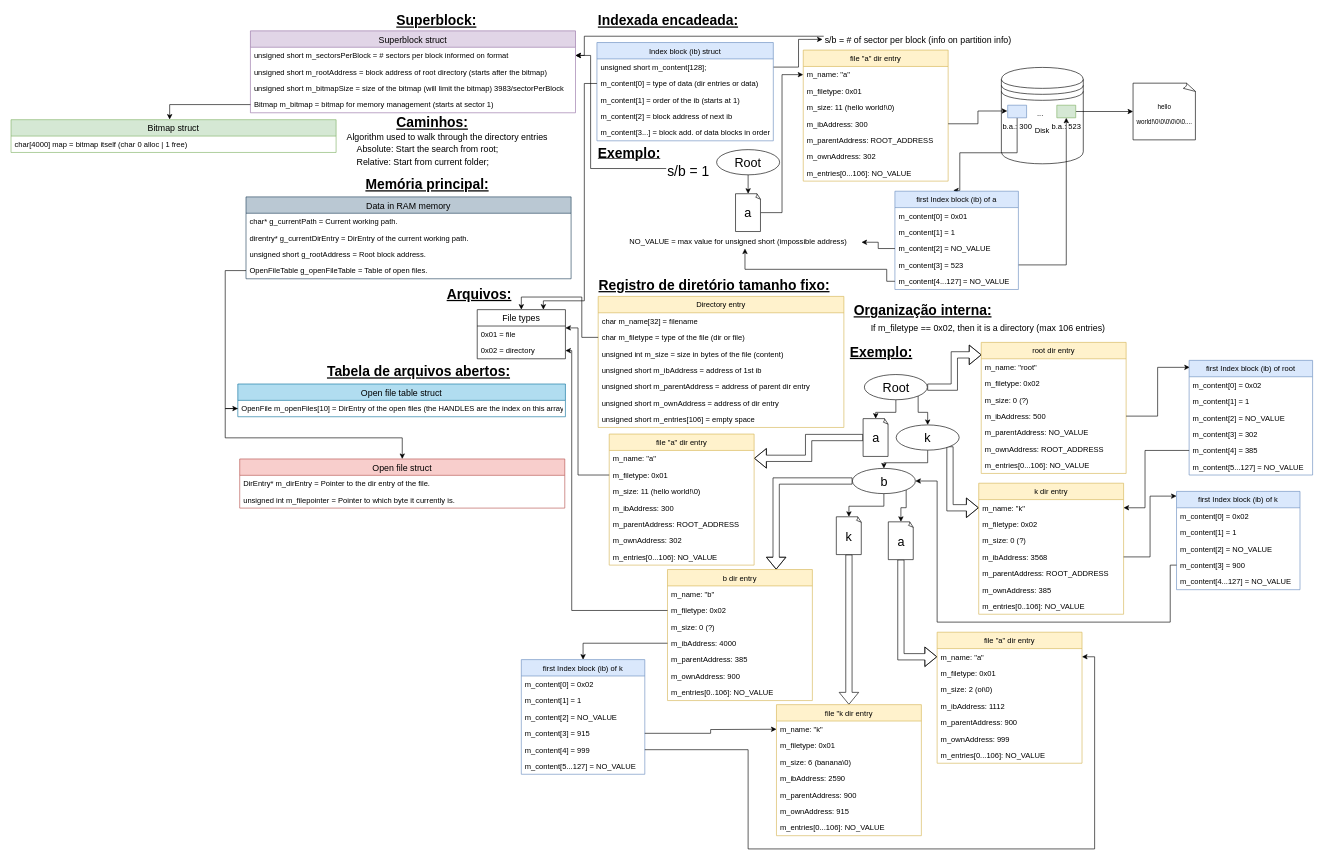
This is diagrama.drawio from azhow/SISOPI-T2FS, a draw.io file, before an edit. Source tidied: cells renumbered, new cells numbered last; positions are measured from the earlier drawing's top-left corner, leaving out a move shared by most shapes. Both pictures are drawn from the tidied source at 63%, with x=0, y=0 at pixel (11, 11).
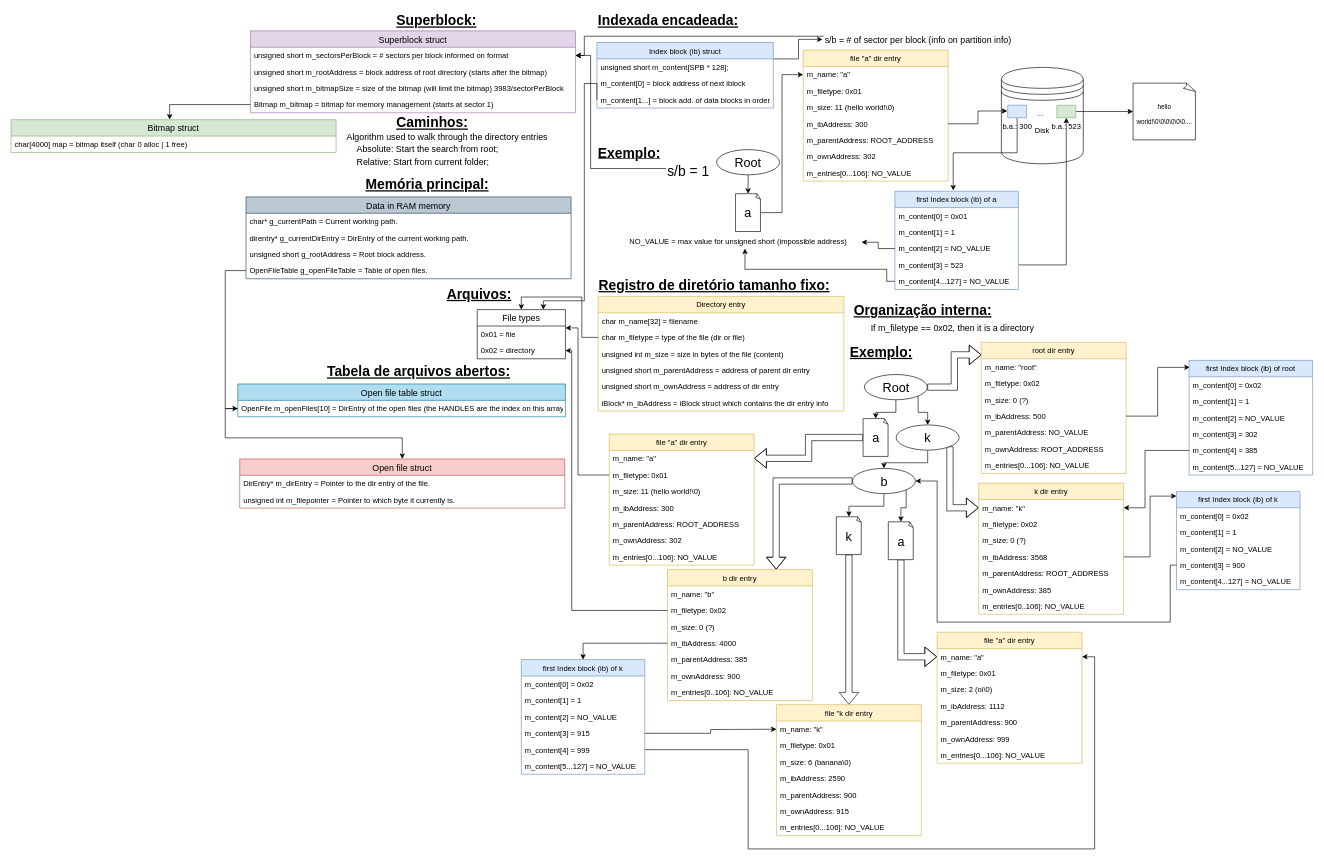
Above is the later version.

The change refers to these unchanged cells:
```xml
<mxCell id="19" value="b.a.: 300" style="verticalLabelPosition=bottom;verticalAlign=top;html=1;shape=mxgraph.basic.rect;fillColor=#dae8fc;fillColor2=none;strokeColor=#6c8ebf;strokeWidth=1;size=20;indent=5;rounded=0;shadow=0;glass=0;comic=0;" parent="1" vertex="1">
  <mxGeometry x="1582" y="149.5" width="30" height="20" as="geometry" />
</mxCell>
<mxCell id="21" value="first Index block (ib) of a" style="swimlane;fontStyle=0;horizontal=1;startSize=26;fillColor=#dae8fc;strokeColor=#6c8ebf;glass=0;shadow=0;rounded=0;comic=0;" parent="1" vertex="1">
  <mxGeometry x="1403" y="286" width="196" height="156" as="geometry" />
</mxCell>
<mxCell id="114" value="File types" style="swimlane;fontStyle=0;horizontal=1;startSize=26;fillColor=none;rounded=0;shadow=0;glass=0;comic=0;fontSize=14;" parent="1" vertex="1">
  <mxGeometry x="740" y="474" width="140" height="78" as="geometry" />
</mxCell>
```

The edit, as a diff of the source:
```diff
@@
     <mxCell id="4" value="Index block (ib) struct" style="swimlane;fontStyle=0;horizontal=1;startSize=26;fillColor=#dae8fc;strokeColor=#6c8ebf;glass=0;shadow=0;rounded=0;comic=0;" parent="1" vertex="1">
-      <mxGeometry x="930" y="50" width="280" height="156" as="geometry" />
+      <mxGeometry x="930" y="50" width="280" height="104" as="geometry" />
     </mxCell>
-    <mxCell id="5" value="unsigned short m_content[128];" style="text;strokeColor=none;fillColor=none;align=left;verticalAlign=top;spacingLeft=4;spacingRight=4;overflow=hidden;" parent="4" vertex="1">
+    <mxCell id="5" value="unsigned short m_content[SPB * 128];" style="text;strokeColor=none;fillColor=none;align=left;verticalAlign=top;spacingLeft=4;spacingRight=4;overflow=hidden;" parent="4" vertex="1">
       <mxGeometry y="26" width="280" height="26" as="geometry" />
     </mxCell>
-    <mxCell id="6" value="m_content[0] = type of data (dir entries or data)" style="text;strokeColor=none;fillColor=none;align=left;verticalAlign=top;spacingLeft=4;spacingRight=4;overflow=hidden;points=[[0,0.5],[1,0.5]];portConstraint=eastwest;" parent="4" vertex="1">
-      <mxGeometry y="52" width="280" height="26" as="geometry" />
-    </mxCell>
-    <mxCell id="7" value="m_content[1] = order of the ib (starts at 1)" style="text;strokeColor=none;fillColor=none;align=left;verticalAlign=top;spacingLeft=4;spacingRight=4;overflow=hidden;" parent="4" vertex="1">
-      <mxGeometry y="78" width="280" height="26" as="geometry" />
-    </mxCell>
-    <mxCell id="8" value="m_content[2] = block address of next ib" style="text;strokeColor=none;fillColor=none;align=left;verticalAlign=top;spacingLeft=4;spacingRight=4;overflow=hidden;" parent="4" vertex="1">
-      <mxGeometry y="104" width="280" height="26" as="geometry" />
+    <mxCell id="8" value="m_content[0] = block address of next iblock" style="text;strokeColor=none;fillColor=none;align=left;verticalAlign=top;spacingLeft=4;spacingRight=4;overflow=hidden;" parent="4" vertex="1">
+      <mxGeometry y="52" width="280" height="26" as="geometry" />
     </mxCell>
-    <mxCell id="9" value="m_content[3...] = block add. of data blocks in order" style="text;strokeColor=none;fillColor=none;align=left;verticalAlign=top;spacingLeft=4;spacingRight=4;overflow=hidden;" parent="4" vertex="1">
-      <mxGeometry y="130" width="280" height="26" as="geometry" />
+    <mxCell id="9" value="m_content[1...] = block add. of data blocks in order" style="text;strokeColor=none;fillColor=none;align=left;verticalAlign=top;spacingLeft=4;spacingRight=4;overflow=hidden;" parent="4" vertex="1">
+      <mxGeometry y="78" width="280" height="26" as="geometry" />
     </mxCell>
@@
     <mxCell id="18" style="edgeStyle=orthogonalEdgeStyle;rounded=0;jettySize=auto;html=1;entryX=0.472;entryY=-0.008;entryDx=0;entryDy=0;entryPerimeter=0;" parent="1" edge="1" source="19" target="21">
       <mxGeometry relative="1" as="geometry">
         <Array as="points">
           <mxPoint x="1597" y="225" />
-          <mxPoint x="1506" y="225" />
+          <mxPoint x="1496" y="225" />
         </Array>
       </mxGeometry>
     </mxCell>
@@
     <mxCell id="37" value="Directory entry" style="swimlane;fontStyle=0;horizontal=1;startSize=26;fillColor=#fff2cc;rounded=0;shadow=0;glass=0;comic=0;strokeColor=#d6b656;" parent="1" vertex="1">
-      <mxGeometry x="932" y="453" width="390" height="208" as="geometry" />
+      <mxGeometry x="932" y="453" width="390" height="182" as="geometry" />
     </mxCell>
@@
-    <mxCell id="41" value="unsigned short m_ibAddress = address of 1st ib" style="text;strokeColor=none;fillColor=none;align=left;verticalAlign=top;spacingLeft=4;spacingRight=4;overflow=hidden;" parent="37" vertex="1">
-      <mxGeometry y="104" width="390" height="26" as="geometry" />
-    </mxCell>
     <mxCell id="42" value="unsigned short m_parentAddress = address of parent dir entry" style="text;strokeColor=none;fillColor=none;align=left;verticalAlign=top;spacingLeft=4;spacingRight=4;overflow=hidden;" parent="37" vertex="1">
-      <mxGeometry y="130" width="390" height="26" as="geometry" />
+      <mxGeometry y="104" width="390" height="26" as="geometry" />
     </mxCell>
     <mxCell id="43" value="unsigned short m_ownAddress = address of dir entry" style="text;strokeColor=none;fillColor=none;align=left;verticalAlign=top;spacingLeft=4;spacingRight=4;overflow=hidden;" parent="37" vertex="1">
-      <mxGeometry y="156" width="390" height="26" as="geometry" />
+      <mxGeometry y="130" width="390" height="26" as="geometry" />
     </mxCell>
-    <mxCell id="44" value="unsigned short m_entries[106] = empty space" style="text;strokeColor=none;fillColor=none;align=left;verticalAlign=top;spacingLeft=4;spacingRight=4;overflow=hidden;" parent="37" vertex="1">
-      <mxGeometry y="182" width="390" height="26" as="geometry" />
-    </mxCell>
+    <mxCell id="41" value="iBlock* m_ibAddress = iBlock struct which contains the dir entry info" style="text;strokeColor=none;fillColor=none;align=left;verticalAlign=top;spacingLeft=4;spacingRight=4;overflow=hidden;" parent="37" vertex="1">
+      <mxGeometry y="156" width="390" height="26" as="geometry" />
+    </mxCell>
@@
-    <mxCell id="46" value="If m_filetype == 0x02, then it is a directory (max 106 entries)" style="text;html=1;align=left;verticalAlign=top;spacingTop=-4;fontSize=14;" parent="1" vertex="1">
-      <mxGeometry x="1363" y="493" width="390" height="20" as="geometry" />
+    <mxCell id="46" value="If m_filetype == 0x02, then it is a directory" style="text;html=1;align=left;verticalAlign=top;spacingTop=-4;fontSize=14;" parent="1" vertex="1">
+      <mxGeometry x="1363" y="493" width="270" height="20" as="geometry" />
     </mxCell>
@@
-    <mxCell id="162" style="edgeStyle=orthogonalEdgeStyle;rounded=0;jettySize=auto;html=1;exitX=0;exitY=0.5;exitDx=0;exitDy=0;entryX=0.75;entryY=0;entryDx=0;entryDy=0;" parent="1" edge="1" source="6" target="114">
+    <mxCell id="162" style="edgeStyle=orthogonalEdgeStyle;rounded=0;jettySize=auto;html=1;exitX=0;exitY=0.5;exitDx=0;exitDy=0;entryX=0.75;entryY=0;entryDx=0;entryDy=0;" parent="1" edge="1" target="114">
       <mxGeometry relative="1" as="geometry">
+        <mxPoint x="930" y="141" as="sourcePoint" />
         <Array as="points">
           <mxPoint x="910" y="115" />
           <mxPoint x="910" y="460" />
           <mxPoint x="845" y="460" />
         </Array>
       </mxGeometry>
     </mxCell>
```
